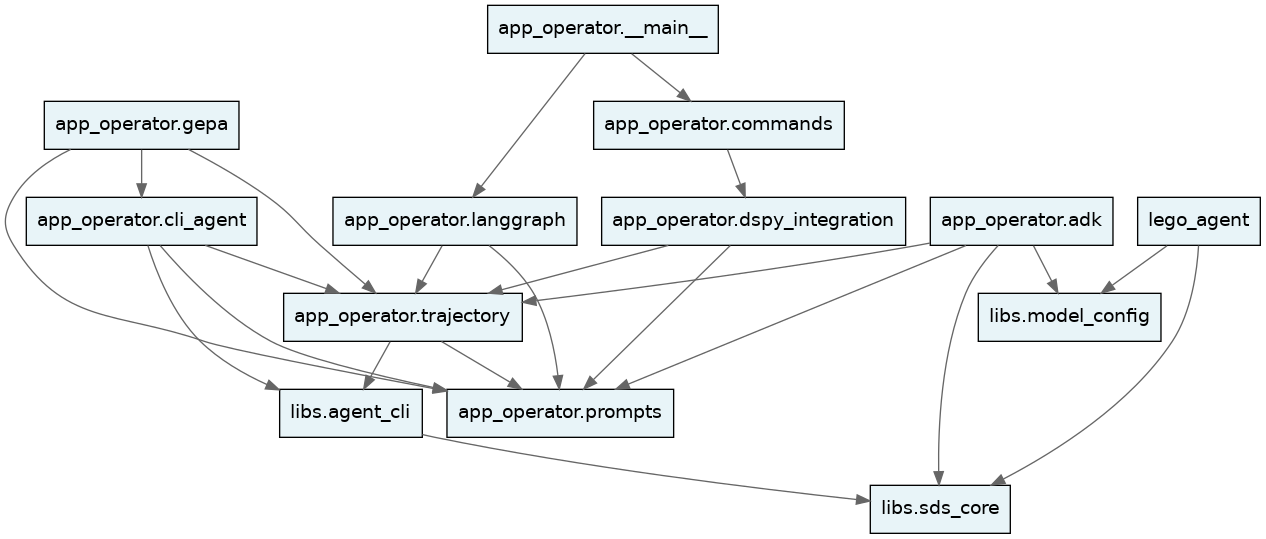
Above: docs/assets/tach_module_graph.png in uw-syfi/sdo (Graphviz), before the change. Its source is kept beside it as docs/assets/tach_module_graph.dot.
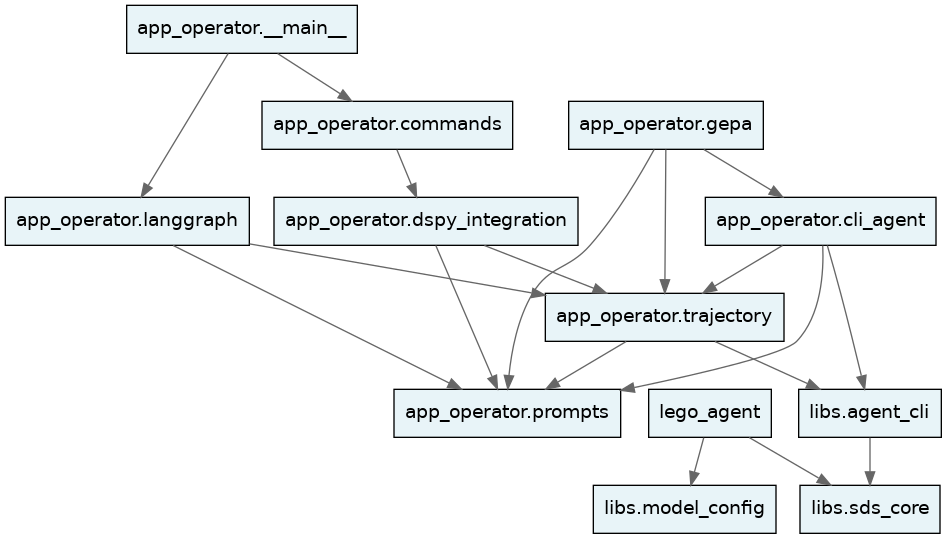
The same file after the commit.

Commit message:
chore: regenerate tach module graph after ADK removal

Change to the diagram source:
```diff
@@ -13,10 +13,6 @@
     "app_operator.cli_agent" -> "libs.agent_cli";
     "app_operator.langgraph" -> "app_operator.prompts";
     "app_operator.langgraph" -> "app_operator.trajectory";
-    "app_operator.adk" -> "app_operator.prompts";
-    "app_operator.adk" -> "app_operator.trajectory";
-    "app_operator.adk" -> "libs.model_config";
-    "app_operator.adk" -> "libs.sds_core";
     "app_operator.gepa" -> "app_operator.cli_agent";
     "app_operator.gepa" -> "app_operator.prompts";
     "app_operator.gepa" -> "app_operator.trajectory";
```
